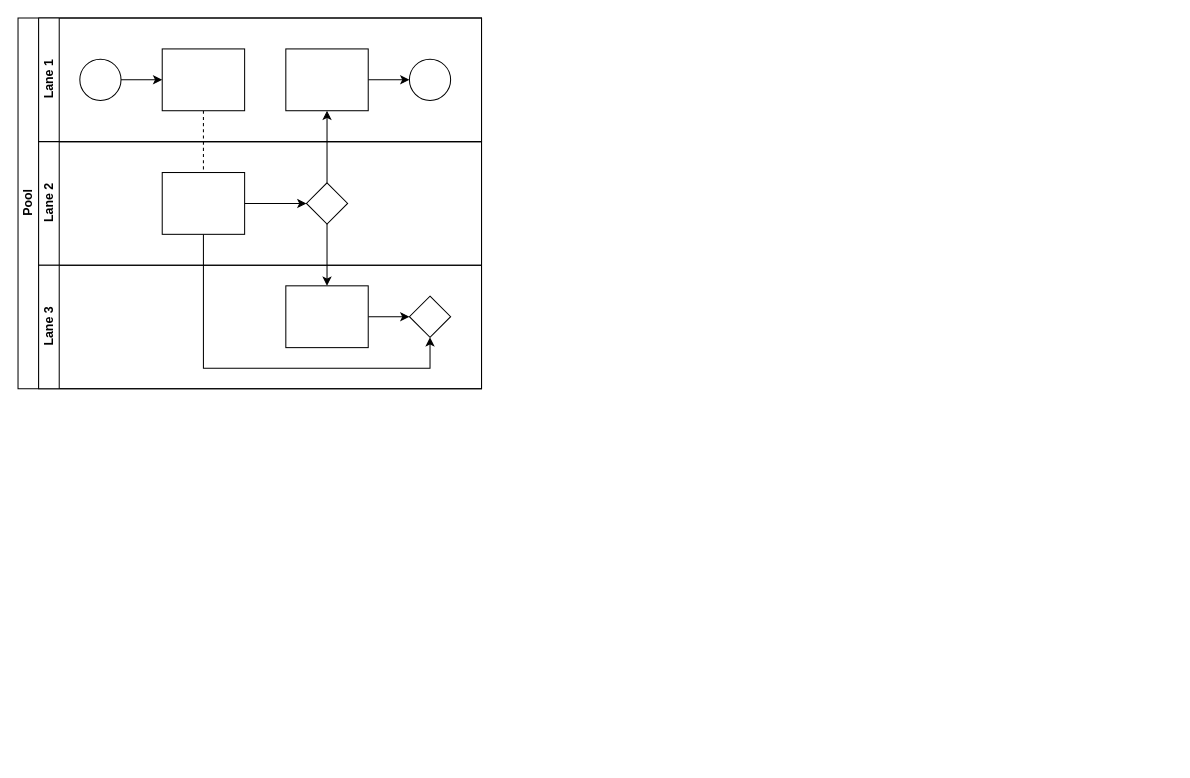
abelmoricz-evo/rtgraph keeps this draw.io diagram as Untitled Diagram.drawio. Above is the earlier version. Source tidied: cells renumbered, new cells numbered last; positions are measured from the earlier drawing's top-left corner, leaving out a move shared by most shapes. Both pictures are drawn from the tidied source at 103%, with x=0, y=0 at pixel (18, 18).
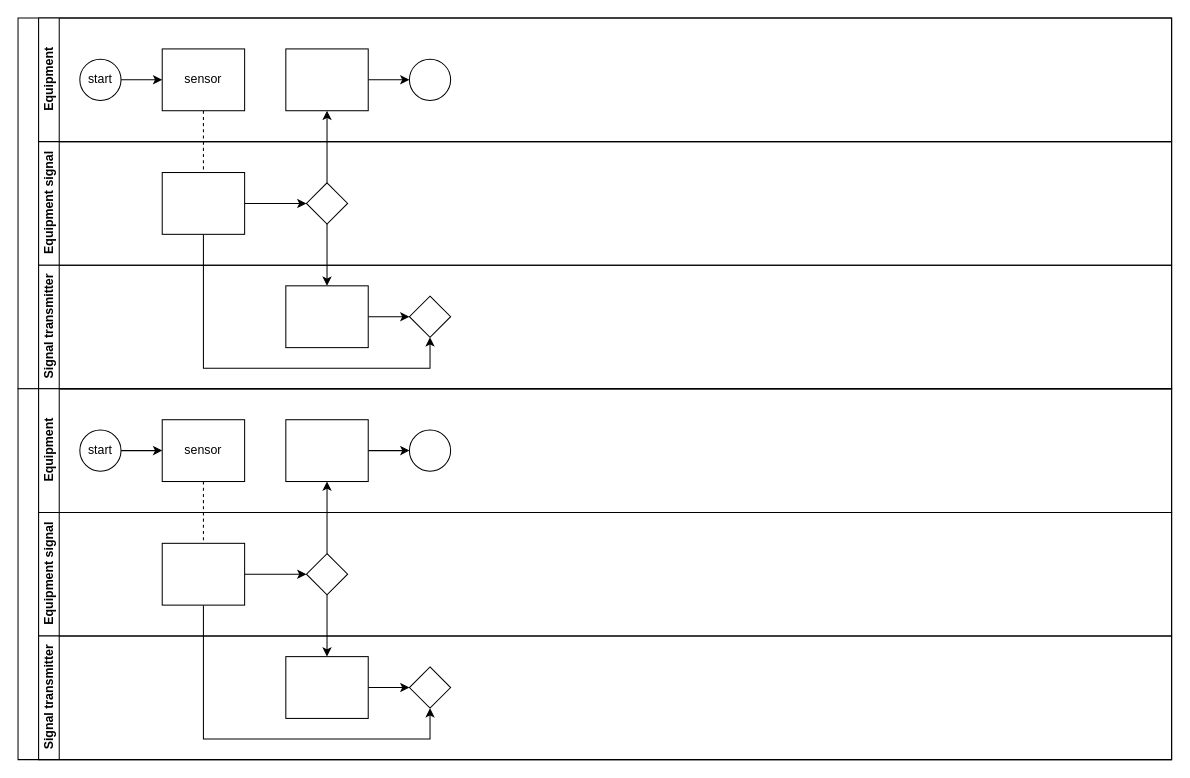
The same diagram, later.

Change to the diagram source:
```diff
@@
-    <mxCell id="2" value="Pool" style="swimlane;html=1;horizontal=0;startSize=20;" parent="1" vertex="1">
-      <mxGeometry width="450" height="360" as="geometry" />
+    <mxCell id="2" style="swimlane;html=1;horizontal=0;startSize=20;" parent="1" vertex="1">
+      <mxGeometry width="1120" height="360" as="geometry" />
     </mxCell>
@@
-    <mxCell id="7" value="Lane 1" style="swimlane;html=1;startSize=20;horizontal=0;" parent="2" vertex="1">
-      <mxGeometry x="20" width="430" height="120" as="geometry" />
+    <mxCell id="7" value="Equipment" style="swimlane;html=1;startSize=20;horizontal=0;" parent="2" vertex="1">
+      <mxGeometry x="20" width="1100" height="120" as="geometry" />
     </mxCell>
@@
-    <mxCell id="9" style="ellipse;whiteSpace=wrap;html=1;" parent="7" vertex="1">
+    <mxCell id="9" value="start" style="ellipse;whiteSpace=wrap;html=1;" parent="7" vertex="1">
       <mxGeometry x="40" y="40" width="40" height="40" as="geometry" />
     </mxCell>
-    <mxCell id="10" style="rounded=0;whiteSpace=wrap;html=1;fontFamily=Helvetica;fontSize=12;fontColor=#000000;align=center;" parent="7" vertex="1">
+    <mxCell id="10" value="sensor" style="rounded=0;whiteSpace=wrap;html=1;fontFamily=Helvetica;fontSize=12;fontColor=#000000;align=center;" parent="7" vertex="1">
       <mxGeometry x="120" y="30" width="80" height="60" as="geometry" />
     </mxCell>
@@
-    <mxCell id="14" value="Lane 2" style="swimlane;html=1;startSize=20;horizontal=0;" parent="2" vertex="1">
-      <mxGeometry x="20" y="120" width="430" height="120" as="geometry" />
+    <mxCell id="14" value="Equipment signal" style="swimlane;html=1;startSize=20;horizontal=0;" parent="2" vertex="1">
+      <mxGeometry x="20" y="120" width="1100" height="120" as="geometry" />
     </mxCell>
@@
-    <mxCell id="18" value="Lane 3" style="swimlane;html=1;startSize=20;horizontal=0;" parent="2" vertex="1">
-      <mxGeometry x="20" y="240" width="430" height="120" as="geometry" />
+    <mxCell id="18" value="Signal transmitter" style="swimlane;html=1;startSize=20;horizontal=0;" parent="2" vertex="1">
+      <mxGeometry x="20" y="240" width="1100" height="120" as="geometry" />
     </mxCell>
@@
+    <mxCell id="22" style="swimlane;html=1;horizontal=0;startSize=20;" parent="1" vertex="1">
+      <mxGeometry y="360" width="1120" height="360" as="geometry" />
+    </mxCell>
+    <mxCell id="23" style="edgeStyle=orthogonalEdgeStyle;rounded=0;jettySize=auto;html=1;dashed=1;endArrow=none;endFill=0;" parent="22" edge="1" source="30" target="36">
+      <mxGeometry relative="1" as="geometry" />
+    </mxCell>
+    <mxCell id="24" style="edgeStyle=orthogonalEdgeStyle;rounded=0;jettySize=auto;html=1;endArrow=classic;endFill=1;" parent="22" edge="1" source="37" target="32">
+      <mxGeometry relative="1" as="geometry" />
+    </mxCell>
+    <mxCell id="25" style="edgeStyle=orthogonalEdgeStyle;rounded=0;jettySize=auto;html=1;endArrow=classic;endFill=1;" parent="22" edge="1" source="37" target="40">
+      <mxGeometry relative="1" as="geometry" />
+    </mxCell>
+    <mxCell id="26" style="edgeStyle=orthogonalEdgeStyle;rounded=0;jettySize=auto;html=1;endArrow=classic;endFill=1;" parent="22" edge="1" source="36" target="41">
+      <mxGeometry relative="1" as="geometry">
+        <Array as="points">
+          <mxPoint x="180" y="340" />
+          <mxPoint x="400" y="340" />
+        </Array>
+      </mxGeometry>
+    </mxCell>
+    <mxCell id="27" value="Equipment" style="swimlane;html=1;startSize=20;horizontal=0;" parent="22" vertex="1">
+      <mxGeometry x="20" width="1100" height="120" as="geometry" />
+    </mxCell>
+    <mxCell id="28" style="edgeStyle=orthogonalEdgeStyle;rounded=0;jettySize=auto;html=1;" parent="27" edge="1" source="29" target="30">
+      <mxGeometry relative="1" as="geometry" />
+    </mxCell>
+    <mxCell id="29" value="start" style="ellipse;whiteSpace=wrap;html=1;" parent="27" vertex="1">
+      <mxGeometry x="40" y="40" width="40" height="40" as="geometry" />
+    </mxCell>
+    <mxCell id="30" value="sensor" style="rounded=0;whiteSpace=wrap;html=1;fontFamily=Helvetica;fontSize=12;fontColor=#000000;align=center;" parent="27" vertex="1">
+      <mxGeometry x="120" y="30" width="80" height="60" as="geometry" />
+    </mxCell>
+    <mxCell id="31" style="edgeStyle=orthogonalEdgeStyle;rounded=0;jettySize=auto;html=1;endArrow=classic;endFill=1;" parent="27" edge="1" source="32" target="33">
+      <mxGeometry relative="1" as="geometry" />
+    </mxCell>
+    <mxCell id="32" style="rounded=0;whiteSpace=wrap;html=1;fontFamily=Helvetica;fontSize=12;fontColor=#000000;align=center;" parent="27" vertex="1">
+      <mxGeometry x="240" y="30" width="80" height="60" as="geometry" />
+    </mxCell>
+    <mxCell id="33" style="ellipse;whiteSpace=wrap;html=1;" parent="27" vertex="1">
+      <mxGeometry x="360" y="40" width="40" height="40" as="geometry" />
+    </mxCell>
+    <mxCell id="34" value="Equipment signal" style="swimlane;html=1;startSize=20;horizontal=0;" parent="22" vertex="1">
+      <mxGeometry x="20" y="120" width="1100" height="120" as="geometry" />
+    </mxCell>
+    <mxCell id="35" style="edgeStyle=orthogonalEdgeStyle;rounded=0;jettySize=auto;html=1;endArrow=classic;endFill=1;" parent="34" edge="1" source="36" target="37">
+      <mxGeometry relative="1" as="geometry" />
+    </mxCell>
+    <mxCell id="36" style="rounded=0;whiteSpace=wrap;html=1;fontFamily=Helvetica;fontSize=12;fontColor=#000000;align=center;" parent="34" vertex="1">
+      <mxGeometry x="120" y="30" width="80" height="60" as="geometry" />
+    </mxCell>
+    <mxCell id="37" style="rhombus;whiteSpace=wrap;html=1;fontFamily=Helvetica;fontSize=12;fontColor=#000000;align=center;" parent="34" vertex="1">
+      <mxGeometry x="260" y="40" width="40" height="40" as="geometry" />
+    </mxCell>
+    <mxCell id="38" value="Signal transmitter" style="swimlane;html=1;startSize=20;horizontal=0;" parent="22" vertex="1">
+      <mxGeometry x="20" y="240" width="1100" height="120" as="geometry" />
+    </mxCell>
+    <mxCell id="39" style="edgeStyle=orthogonalEdgeStyle;rounded=0;jettySize=auto;html=1;endArrow=classic;endFill=1;" parent="38" edge="1" source="40" target="41">
+      <mxGeometry relative="1" as="geometry" />
+    </mxCell>
+    <mxCell id="40" style="rounded=0;whiteSpace=wrap;html=1;fontFamily=Helvetica;fontSize=12;fontColor=#000000;align=center;" parent="38" vertex="1">
+      <mxGeometry x="240" y="20" width="80" height="60" as="geometry" />
+    </mxCell>
+    <mxCell id="41" style="rhombus;whiteSpace=wrap;html=1;fontFamily=Helvetica;fontSize=12;fontColor=#000000;align=center;" parent="38" vertex="1">
+      <mxGeometry x="360" y="30" width="40" height="40" as="geometry" />
+    </mxCell>
```
